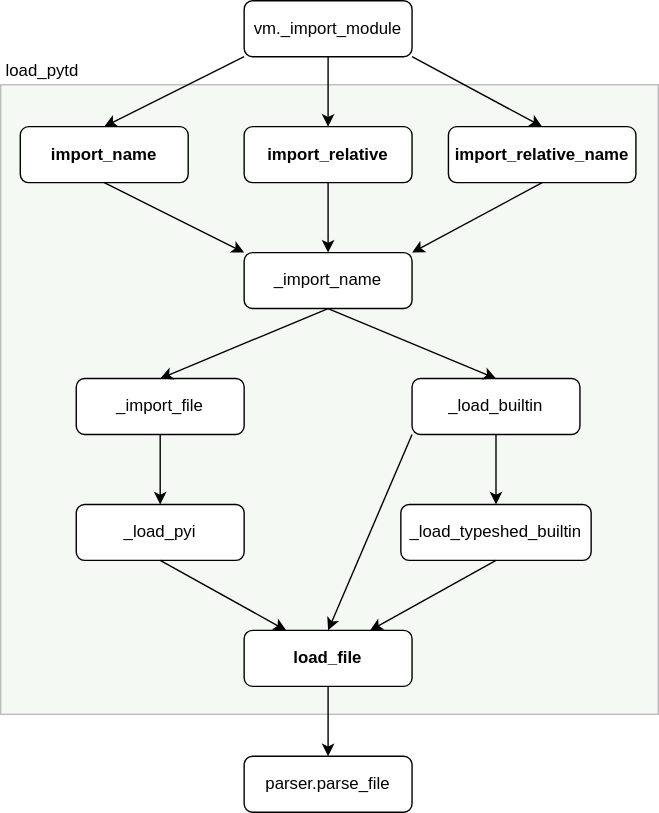
Earlier version of the draw.io export docs/images/load_pytd.svg (google/pytype). Source tidied: cells renumbered, new cells last; positions are measured from the earlier drawing's top-left corner, leaving out a move shared by most shapes. Source of this version:
```xml
<mxGraphModel>
  <root>
    <mxCell id="0" />
    <mxCell id="1" parent="0" />
    <mxCell id="2" style="rounded=0;whiteSpace=wrap;html=1;strokeWidth=1;fillColor=#D5E8D4;opacity=25;" parent="1" vertex="1">
      <mxGeometry y="60" width="470" height="450" as="geometry" />
    </mxCell>
    <mxCell id="3" value="vm._import_module" style="rounded=1;whiteSpace=wrap;html=1;fontSize=12;glass=0;strokeWidth=1;shadow=0;" parent="1" vertex="1">
      <mxGeometry x="174" width="120" height="40" as="geometry" />
    </mxCell>
    <mxCell id="4" value="&lt;b&gt;import_name&lt;/b&gt;" style="rounded=1;whiteSpace=wrap;html=1;fontSize=12;glass=0;strokeWidth=1;shadow=0;" parent="1" vertex="1">
      <mxGeometry x="14" y="90" width="120" height="40" as="geometry" />
    </mxCell>
    <mxCell id="5" value="&lt;b&gt;import_relative&lt;span style=&quot;color: rgba(0 , 0 , 0 , 0) ; font-family: monospace ; font-size: 0px ; white-space: nowrap&quot;&gt;%3CmxGraphModel%3E%3Croot%3E%3CmxCell%20id%3D%220%22%2F%3E%3CmxCell%20id%3D%221%22%20parent%3D%220%22%2F%3E%3CmxCell%20id%3D%222%22%20value%3D%22import_name%22%20style%3D%22rounded%3D1%3BwhiteSpace%3Dwrap%3Bhtml%3D1%3BfontSize%3D12%3Bglass%3D0%3BstrokeWidth%3D1%3Bshadow%3D0%3B%22%20vertex%3D%221%22%20parent%3D%221%22%3E%3CmxGeometry%20y%3D%22170%22%20width%3D%22120%22%20height%3D%2240%22%20as%3D%22geometry%22%2F%3E%3C%2FmxCell%3E%3C%2Froot%3E%3C%2FmxGraphModel%3E&lt;/span&gt;&lt;/b&gt;" style="rounded=1;whiteSpace=wrap;html=1;fontSize=12;glass=0;strokeWidth=1;shadow=0;" parent="1" vertex="1">
      <mxGeometry x="174" y="90" width="120" height="40" as="geometry" />
    </mxCell>
    <mxCell id="6" value="&lt;b&gt;import_relative_name&lt;/b&gt;" style="rounded=1;whiteSpace=wrap;html=1;fontSize=12;glass=0;strokeWidth=1;shadow=0;" parent="1" vertex="1">
      <mxGeometry x="320" y="90" width="134" height="40" as="geometry" />
    </mxCell>
    <mxCell id="7" style="endArrow=classic;html=1;exitX=0.5;exitY=1;exitDx=0;exitDy=0;entryX=0.5;entryY=0;entryDx=0;entryDy=0;" parent="1" edge="1" source="3" target="5">
      <mxGeometry relative="1" as="geometry" />
    </mxCell>
    <mxCell id="8" style="endArrow=classic;html=1;exitX=0;exitY=1;exitDx=0;exitDy=0;entryX=0.5;entryY=0;entryDx=0;entryDy=0;" parent="1" edge="1" source="3" target="4">
      <mxGeometry relative="1" as="geometry" />
    </mxCell>
    <mxCell id="9" style="endArrow=classic;html=1;exitX=1;exitY=1;exitDx=0;exitDy=0;entryX=0.5;entryY=0;entryDx=0;entryDy=0;" parent="1" edge="1" source="3" target="6">
      <mxGeometry relative="1" as="geometry" />
    </mxCell>
    <mxCell id="10" value="_import_name" style="rounded=1;whiteSpace=wrap;html=1;fontSize=12;glass=0;strokeWidth=1;shadow=0;" parent="1" vertex="1">
      <mxGeometry x="174" y="180" width="120" height="40" as="geometry" />
    </mxCell>
    <mxCell id="11" style="endArrow=classic;html=1;exitX=0.5;exitY=1;exitDx=0;exitDy=0;entryX=0;entryY=0;entryDx=0;entryDy=0;" parent="1" edge="1" source="4" target="10">
      <mxGeometry relative="1" as="geometry" />
    </mxCell>
    <mxCell id="12" style="endArrow=classic;html=1;exitX=0.5;exitY=1;exitDx=0;exitDy=0;entryX=0.5;entryY=0;entryDx=0;entryDy=0;" parent="1" edge="1" source="5" target="10">
      <mxGeometry relative="1" as="geometry" />
    </mxCell>
    <mxCell id="13" style="endArrow=classic;html=1;exitX=0.5;exitY=1;exitDx=0;exitDy=0;entryX=1;entryY=0;entryDx=0;entryDy=0;" parent="1" edge="1" source="6" target="10">
      <mxGeometry relative="1" as="geometry" />
    </mxCell>
    <mxCell id="14" value="_load_builtin" style="rounded=1;whiteSpace=wrap;html=1;fontSize=12;glass=0;strokeWidth=1;shadow=0;" parent="1" vertex="1">
      <mxGeometry x="294" y="270" width="120" height="40" as="geometry" />
    </mxCell>
    <mxCell id="15" style="endArrow=classic;html=1;exitX=0.5;exitY=1;exitDx=0;exitDy=0;entryX=0.5;entryY=0;entryDx=0;entryDy=0;" parent="1" edge="1" source="10" target="14">
      <mxGeometry relative="1" as="geometry" />
    </mxCell>
    <mxCell id="16" value="_import_file" style="rounded=1;whiteSpace=wrap;html=1;fontSize=12;glass=0;strokeWidth=1;shadow=0;" parent="1" vertex="1">
      <mxGeometry x="54" y="270" width="120" height="40" as="geometry" />
    </mxCell>
    <mxCell id="17" style="endArrow=classic;html=1;exitX=0.5;exitY=1;exitDx=0;exitDy=0;entryX=0.5;entryY=0;entryDx=0;entryDy=0;" parent="1" edge="1" source="10" target="16">
      <mxGeometry relative="1" as="geometry" />
    </mxCell>
    <mxCell id="18" value="_load_pyi" style="rounded=1;whiteSpace=wrap;html=1;fontSize=12;glass=0;strokeWidth=1;shadow=0;" parent="1" vertex="1">
      <mxGeometry x="54" y="360" width="120" height="40" as="geometry" />
    </mxCell>
    <mxCell id="19" style="endArrow=classic;html=1;exitX=0.5;exitY=1;exitDx=0;exitDy=0;entryX=0.5;entryY=0;entryDx=0;entryDy=0;" parent="1" edge="1" source="16" target="18">
      <mxGeometry relative="1" as="geometry" />
    </mxCell>
    <mxCell id="20" value="&lt;b&gt;load_file&lt;/b&gt;" style="rounded=1;whiteSpace=wrap;html=1;fontSize=12;glass=0;strokeWidth=1;shadow=0;" parent="1" vertex="1">
      <mxGeometry x="174" y="450" width="120" height="40" as="geometry" />
    </mxCell>
    <mxCell id="21" style="endArrow=classic;html=1;exitX=0.5;exitY=1;exitDx=0;exitDy=0;entryX=0.25;entryY=0;entryDx=0;entryDy=0;" parent="1" edge="1" source="18" target="20">
      <mxGeometry relative="1" as="geometry" />
    </mxCell>
    <mxCell id="22" value="parser.parse_file" style="rounded=1;whiteSpace=wrap;html=1;fontSize=12;glass=0;strokeWidth=1;shadow=0;" parent="1" vertex="1">
      <mxGeometry x="174" y="540" width="120" height="40" as="geometry" />
    </mxCell>
    <mxCell id="23" style="endArrow=classic;html=1;exitX=0.5;exitY=1;exitDx=0;exitDy=0;entryX=0.5;entryY=0;entryDx=0;entryDy=0;" parent="1" edge="1" source="20" target="22">
      <mxGeometry relative="1" as="geometry" />
    </mxCell>
    <mxCell id="24" value="_load_typeshed_builtin" style="rounded=1;whiteSpace=wrap;html=1;fontSize=12;glass=0;strokeWidth=1;shadow=0;" parent="1" vertex="1">
      <mxGeometry x="286" y="360" width="136" height="40" as="geometry" />
    </mxCell>
    <mxCell id="25" style="endArrow=classic;html=1;exitX=0;exitY=1;exitDx=0;exitDy=0;entryX=0.5;entryY=0;entryDx=0;entryDy=0;" parent="1" edge="1" source="14" target="20">
      <mxGeometry relative="1" as="geometry" />
    </mxCell>
    <mxCell id="26" style="endArrow=classic;html=1;exitX=0.5;exitY=1;exitDx=0;exitDy=0;entryX=0.5;entryY=0;entryDx=0;entryDy=0;" parent="1" edge="1" source="14" target="24">
      <mxGeometry relative="1" as="geometry" />
    </mxCell>
    <mxCell id="27" style="endArrow=classic;html=1;exitX=0.5;exitY=1;exitDx=0;exitDy=0;entryX=0.75;entryY=0;entryDx=0;entryDy=0;" parent="1" edge="1" source="24" target="20">
      <mxGeometry relative="1" as="geometry" />
    </mxCell>
    <mxCell id="28" value="load_pytd" style="text;html=1;strokeColor=none;fillColor=none;align=center;verticalAlign=middle;whiteSpace=wrap;rounded=0;opacity=25;" parent="1" vertex="1">
      <mxGeometry y="40" width="60" height="20" as="geometry" />
    </mxCell>
  </root>
</mxGraphModel>
```
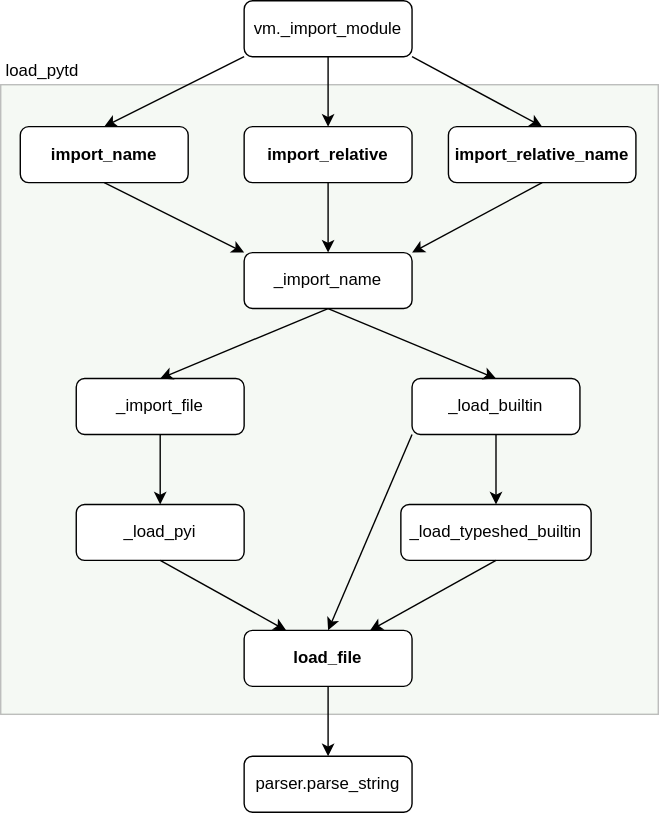
Later version of the same file.

Commit message:
Update load_pytd diagram.

PiperOrigin-RevId: 329019842

What changed in the source:
```diff
@@ -62,7 +62,7 @@
     <mxCell id="21" style="endArrow=classic;html=1;exitX=0.5;exitY=1;exitDx=0;exitDy=0;entryX=0.25;entryY=0;entryDx=0;entryDy=0;" parent="1" edge="1" source="18" target="20">
       <mxGeometry relative="1" as="geometry" />
     </mxCell>
-    <mxCell id="22" value="parser.parse_file" style="rounded=1;whiteSpace=wrap;html=1;fontSize=12;glass=0;strokeWidth=1;shadow=0;" parent="1" vertex="1">
+    <mxCell id="22" value="parser.parse_string" style="rounded=1;whiteSpace=wrap;html=1;fontSize=12;glass=0;strokeWidth=1;shadow=0;" parent="1" vertex="1">
       <mxGeometry x="174" y="540" width="120" height="40" as="geometry" />
     </mxCell>
     <mxCell id="23" style="endArrow=classic;html=1;exitX=0.5;exitY=1;exitDx=0;exitDy=0;entryX=0.5;entryY=0;entryDx=0;entryDy=0;" parent="1" edge="1" source="20" target="22">
```
